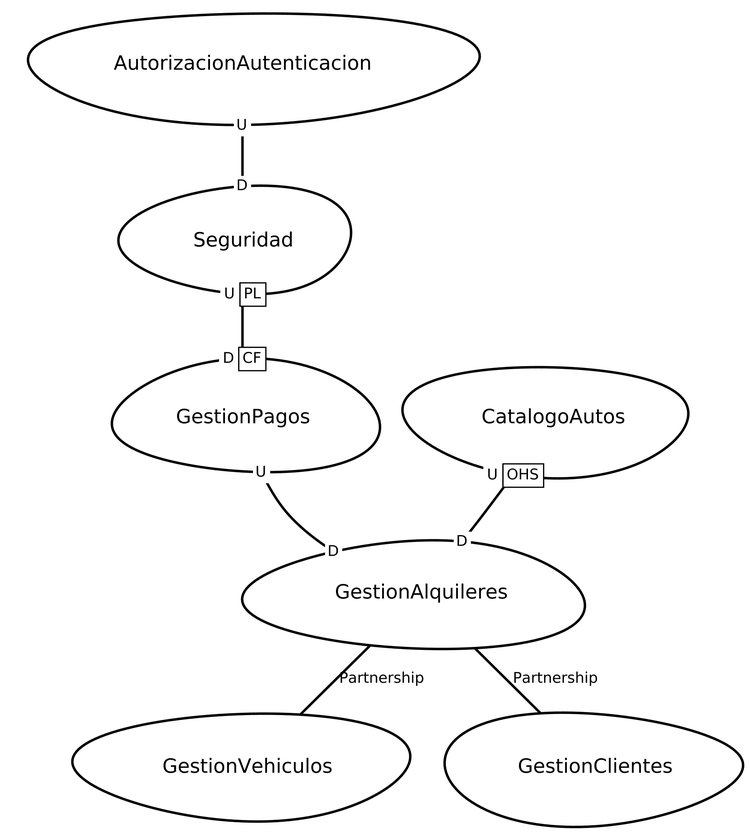
Above: src-gen/SalazarAlquiler_ContextMap.png in Rocasari/SWIIISalazarAlquiler (Graphviz), before the change. Its source is kept beside it as src-gen/SalazarAlquiler_ContextMap.gv.
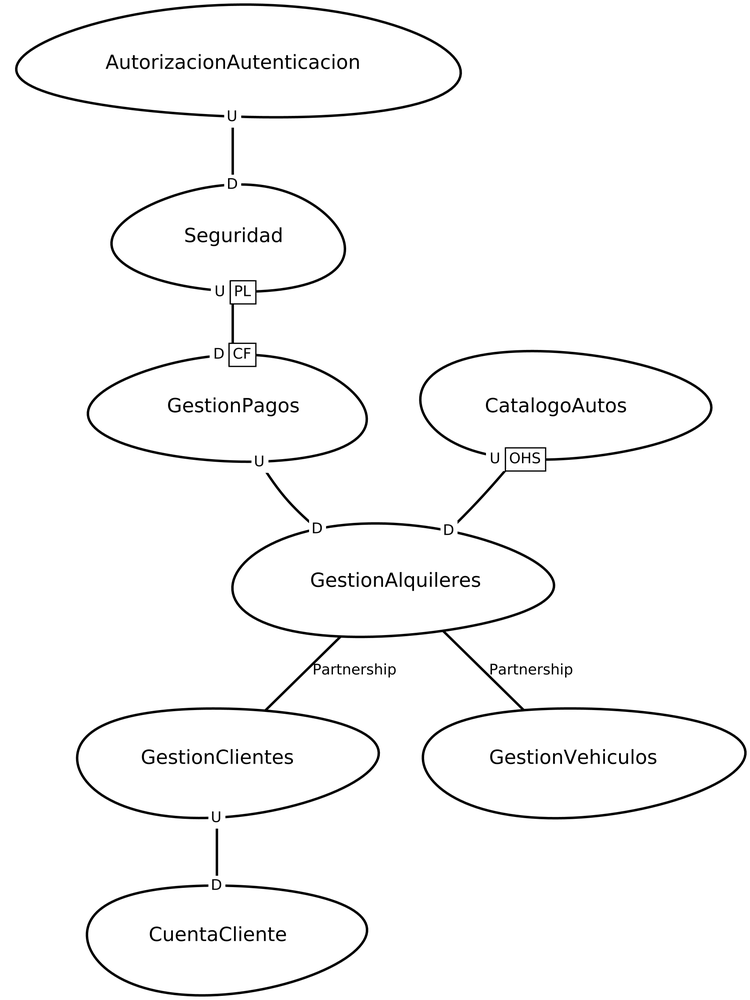
Above is the later version.

What changed in the source:
```diff
@@ -1,12 +1,13 @@
 digraph "ContextMapGraph" {
 graph ["imagepath"="/tmp/GraphvizJava"]
-"AutorizacionAutenticacion" ["margin"="0.3","orientation"="209","shape"="egg","fontsize"="16","style"="bold","label"="AutorizacionAutenticacion\n","fontname"="sans-serif"]
-"Seguridad" ["margin"="0.3","orientation"="146","shape"="egg","fontsize"="16","style"="bold","label"="Seguridad\n","fontname"="sans-serif"]
-"GestionPagos" ["margin"="0.3","orientation"="302","shape"="egg","fontsize"="16","style"="bold","label"="GestionPagos\n","fontname"="sans-serif"]
-"GestionAlquileres" ["margin"="0.3","orientation"="177","shape"="egg","fontsize"="16","style"="bold","label"="GestionAlquileres\n","fontname"="sans-serif"]
-"GestionVehiculos" ["margin"="0.3","orientation"="48","shape"="egg","fontsize"="16","style"="bold","label"="GestionVehiculos\n","fontname"="sans-serif"]
-"GestionClientes" ["margin"="0.3","orientation"="196","shape"="egg","fontsize"="16","style"="bold","label"="GestionClientes\n","fontname"="sans-serif"]
-"CatalogoAutos" ["margin"="0.3","orientation"="193","shape"="egg","fontsize"="16","style"="bold","label"="CatalogoAutos\n","fontname"="sans-serif"]
+"AutorizacionAutenticacion" ["margin"="0.3","orientation"="260","shape"="egg","fontsize"="16","style"="bold","label"="AutorizacionAutenticacion\n","fontname"="sans-serif"]
+"Seguridad" ["margin"="0.3","orientation"="28","shape"="egg","fontsize"="16","style"="bold","label"="Seguridad\n","fontname"="sans-serif"]
+"GestionPagos" ["margin"="0.3","orientation"="214","shape"="egg","fontsize"="16","style"="bold","label"="GestionPagos\n","fontname"="sans-serif"]
+"GestionAlquileres" ["margin"="0.3","orientation"="179","shape"="egg","fontsize"="16","style"="bold","label"="GestionAlquileres\n","fontname"="sans-serif"]
+"GestionClientes" ["margin"="0.3","orientation"="124","shape"="egg","fontsize"="16","style"="bold","label"="GestionClientes\n","fontname"="sans-serif"]
+"CuentaCliente" ["margin"="0.3","orientation"="188","shape"="egg","fontsize"="16","style"="bold","label"="CuentaCliente\n","fontname"="sans-serif"]
+"GestionVehiculos" ["margin"="0.3","orientation"="236","shape"="egg","fontsize"="16","style"="bold","label"="GestionVehiculos\n","fontname"="sans-serif"]
+"CatalogoAutos" ["margin"="0.3","orientation"="46","shape"="egg","fontsize"="16","style"="bold","label"="CatalogoAutos\n","fontname"="sans-serif"]
 "AutorizacionAutenticacion" -> "Seguridad" ["headlabel"=<<table cellspacing="0" cellborder="0" border="0">
 <tr><td bgcolor="white">D</td></tr>
 </table>>,"labeldistance"="0","fontsize"="12","taillabel"=<<table cellspacing="0" cellborder="0" border="0">
@@ -22,8 +23,13 @@
 </table>>,"labeldistance"="0","fontsize"="12","taillabel"=<<table cellspacing="0" cellborder="0" border="0">
 <tr><td bgcolor="white">U</td></tr>
 </table>>,"style"="bold","label"="                                        ","dir"="none","fontname"="sans-serif"]
+"GestionAlquileres" -> "GestionClientes" ["fontsize"="12","style"="bold","label"="Partnership","dir"="none","fontname"="sans-serif"]
 "GestionAlquileres" -> "GestionVehiculos" ["fontsize"="12","style"="bold","label"="Partnership","dir"="none","fontname"="sans-serif"]
-"GestionAlquileres" -> "GestionClientes" ["fontsize"="12","style"="bold","label"="Partnership","dir"="none","fontname"="sans-serif"]
+"GestionClientes" -> "CuentaCliente" ["headlabel"=<<table cellspacing="0" cellborder="0" border="0">
+<tr><td bgcolor="white">D</td></tr>
+</table>>,"labeldistance"="0","fontsize"="12","taillabel"=<<table cellspacing="0" cellborder="0" border="0">
+<tr><td bgcolor="white">U</td></tr>
+</table>>,"style"="bold","label"="                                        ","dir"="none","fontname"="sans-serif"]
 "CatalogoAutos" -> "GestionAlquileres" ["headlabel"=<<table cellspacing="0" cellborder="0" border="0">
 <tr><td bgcolor="white">D</td></tr>
 </table>>,"labeldistance"="0","fontsize"="12","taillabel"=<<table cellspacing="0" cellborder="1" border="0">
```
